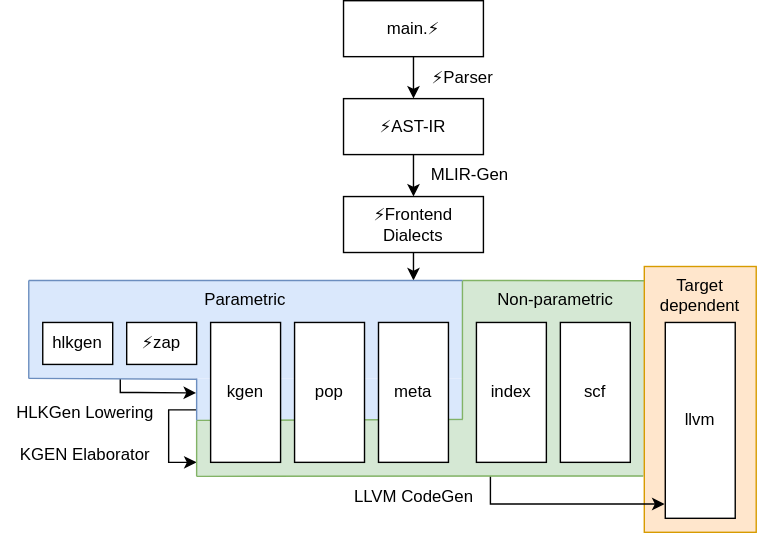
Above: KGEN/docs/img/dialects.svg in modular/modular (draw.io), before the change. Source tidied: cells renumbered, new cells last; positions are measured from the earlier drawing's top-left corner, leaving out a move shared by most shapes. Its diagram source:
```xml
<mxGraphModel>
  <root>
    <mxCell id="0" />
    <mxCell id="1" parent="0" />
    <mxCell id="2" style="rounded=0;whiteSpace=wrap;html=1;fillColor=#d5e8d4;strokeColor=none;horizontal=1;verticalAlign=top;align=left;" parent="1" vertex="1">
      <mxGeometry x="140" y="300" width="390" height="40" as="geometry" />
    </mxCell>
    <mxCell id="3" style="edgeStyle=orthogonalEdgeStyle;rounded=0;jettySize=auto;html=1;exitX=0;exitY=0.75;exitDx=0;exitDy=0;entryX=0;entryY=0.75;entryDx=0;entryDy=0;" parent="1" edge="1" source="4" target="2">
      <mxGeometry relative="1" as="geometry">
        <Array as="points">
          <mxPoint x="120" y="293" />
          <mxPoint x="120" y="330" />
        </Array>
      </mxGeometry>
    </mxCell>
    <mxCell id="4" style="rounded=0;whiteSpace=wrap;html=1;fillColor=#dae8fc;strokeColor=none;horizontal=1;verticalAlign=top;" parent="1" vertex="1">
      <mxGeometry x="140" y="270" width="190" height="30" as="geometry" />
    </mxCell>
    <mxCell id="5" value="&amp;nbsp; &amp;nbsp; &amp;nbsp; &amp;nbsp;Non-parametric" style="rounded=0;whiteSpace=wrap;html=1;fillColor=#d5e8d4;strokeColor=none;horizontal=1;verticalAlign=top;align=left;" parent="1" vertex="1">
      <mxGeometry x="330" y="200" width="200" height="140" as="geometry" />
    </mxCell>
    <mxCell id="6" style="edgeStyle=orthogonalEdgeStyle;rounded=0;jettySize=auto;html=1;exitX=0.211;exitY=1.007;exitDx=0;exitDy=0;entryX=-0.002;entryY=0.346;entryDx=0;entryDy=0;entryPerimeter=0;exitPerimeter=0;" parent="1" edge="1" source="7" target="4">
      <mxGeometry relative="1" as="geometry">
        <Array as="points">
          <mxPoint x="85" y="280" />
          <mxPoint x="98" y="280" />
        </Array>
      </mxGeometry>
    </mxCell>
    <mxCell id="7" value="Parametric" style="rounded=0;whiteSpace=wrap;html=1;fillColor=#dae8fc;strokeColor=none;horizontal=1;verticalAlign=top;" parent="1" vertex="1">
      <mxGeometry x="20" y="200" width="310" height="70" as="geometry" />
    </mxCell>
    <mxCell id="8" value="main.⚡️" style="rounded=0;whiteSpace=wrap;html=1;" parent="1" vertex="1">
      <mxGeometry x="245" width="100" height="40" as="geometry" />
    </mxCell>
    <mxCell id="9" value="⚡️AST-IR" style="rounded=0;whiteSpace=wrap;html=1;" parent="1" vertex="1">
      <mxGeometry x="245" y="70" width="100" height="40" as="geometry" />
    </mxCell>
    <mxCell id="10" value="⚡️Frontend Dialects" style="rounded=0;whiteSpace=wrap;html=1;" parent="1" vertex="1">
      <mxGeometry x="245" y="140" width="100" height="40" as="geometry" />
    </mxCell>
    <mxCell id="11" style="endArrow=classic;html=1;rounded=0;exitX=0.5;exitY=1;exitDx=0;exitDy=0;entryX=0.5;entryY=0;entryDx=0;entryDy=0;" parent="1" edge="1" source="8" target="9">
      <mxGeometry relative="1" as="geometry" />
    </mxCell>
    <mxCell id="12" style="endArrow=classic;html=1;rounded=0;exitX=0.5;exitY=1;exitDx=0;exitDy=0;entryX=0.5;entryY=0;entryDx=0;entryDy=0;" parent="1" edge="1" source="9" target="10">
      <mxGeometry relative="1" as="geometry" />
    </mxCell>
    <mxCell id="13" value="⚡️zap" style="rounded=0;whiteSpace=wrap;html=1;" parent="1" vertex="1">
      <mxGeometry x="90" y="230" width="50" height="30" as="geometry" />
    </mxCell>
    <mxCell id="14" value="⚡️Parser" style="text;html=1;align=center;verticalAlign=middle;fillColor=none;strokeColor=none;rounded=0;" parent="1" vertex="1">
      <mxGeometry x="295" y="40" width="70" height="30" as="geometry" />
    </mxCell>
    <mxCell id="15" value="MLIR-Gen" style="text;html=1;align=center;verticalAlign=middle;fillColor=none;strokeColor=none;rounded=0;" parent="1" vertex="1">
      <mxGeometry x="295" y="110" width="80" height="30" as="geometry" />
    </mxCell>
    <mxCell id="16" value="scf" style="rounded=0;whiteSpace=wrap;html=1;" parent="1" vertex="1">
      <mxGeometry x="400" y="230" width="50" height="100" as="geometry" />
    </mxCell>
    <mxCell id="17" value="index" style="rounded=0;whiteSpace=wrap;html=1;" parent="1" vertex="1">
      <mxGeometry x="340" y="230" width="50" height="100" as="geometry" />
    </mxCell>
    <mxCell id="18" value="hlkgen" style="rounded=0;whiteSpace=wrap;html=1;" parent="1" vertex="1">
      <mxGeometry x="30" y="230" width="50" height="30" as="geometry" />
    </mxCell>
    <mxCell id="19" value="Target dependent" style="rounded=0;whiteSpace=wrap;html=1;fillColor=#ffe6cc;strokeColor=#d79b00;horizontal=1;verticalAlign=top;" parent="1" vertex="1">
      <mxGeometry x="460" y="190" width="80" height="190" as="geometry" />
    </mxCell>
    <mxCell id="20" value="llvm" style="rounded=0;whiteSpace=wrap;html=1;" parent="1" vertex="1">
      <mxGeometry x="475" y="230" width="50" height="140" as="geometry" />
    </mxCell>
    <mxCell id="21" style="endArrow=classic;html=1;rounded=0;exitX=0.5;exitY=1;exitDx=0;exitDy=0;" parent="1" edge="1" source="10">
      <mxGeometry relative="1" as="geometry">
        <mxPoint x="295" y="200" as="targetPoint" />
      </mxGeometry>
    </mxCell>
    <mxCell id="22" value="HLKGen Lowering" style="text;html=1;align=center;verticalAlign=middle;strokeColor=none;fillColor=none;" parent="1" vertex="1">
      <mxGeometry y="280" width="120" height="30" as="geometry" />
    </mxCell>
    <mxCell id="23" value="KGEN Elaborator" style="text;html=1;align=center;verticalAlign=middle;strokeColor=none;fillColor=none;" parent="1" vertex="1">
      <mxGeometry y="310" width="120" height="30" as="geometry" />
    </mxCell>
    <mxCell id="24" style="edgeStyle=orthogonalEdgeStyle;rounded=0;jettySize=auto;html=1;entryX=-0.01;entryY=0.927;entryDx=0;entryDy=0;entryPerimeter=0;" parent="1" edge="1" source="2" target="20">
      <mxGeometry relative="1" as="geometry">
        <Array as="points">
          <mxPoint x="350" y="360" />
        </Array>
      </mxGeometry>
    </mxCell>
    <mxCell id="25" value="LLVM CodeGen" style="text;html=1;align=center;verticalAlign=middle;strokeColor=none;fillColor=none;" parent="1" vertex="1">
      <mxGeometry x="240" y="340" width="110" height="30" as="geometry" />
    </mxCell>
    <mxCell id="26" style="endArrow=none;html=1;rounded=0;fillColor=#d5e8d4;strokeColor=#82b366;entryX=0;entryY=1;entryDx=0;entryDy=0;exitX=0;exitY=1;exitDx=0;exitDy=0;" parent="1" edge="1" source="2" target="4">
      <mxGeometry relative="1" as="geometry" />
    </mxCell>
    <mxCell id="27" style="endArrow=none;html=1;rounded=0;fillColor=#d5e8d4;strokeColor=#82b366;entryX=0.646;entryY=0.998;entryDx=0;entryDy=0;entryPerimeter=0;" parent="1" edge="1" target="5">
      <mxGeometry relative="1" as="geometry">
        <mxPoint x="140" y="340" as="sourcePoint" />
      </mxGeometry>
    </mxCell>
    <mxCell id="28" style="endArrow=none;html=1;rounded=0;fillColor=#d5e8d4;strokeColor=#82b366;entryX=0.488;entryY=-0.015;entryDx=0;entryDy=0;exitX=0;exitY=0;exitDx=0;exitDy=0;entryPerimeter=0;" parent="1" edge="1" source="2" target="2">
      <mxGeometry relative="1" as="geometry" />
    </mxCell>
    <mxCell id="29" style="endArrow=none;html=1;rounded=0;fillColor=#d5e8d4;strokeColor=#82b366;entryX=0.649;entryY=0.001;entryDx=0;entryDy=0;exitX=0;exitY=0;exitDx=0;exitDy=0;entryPerimeter=0;" parent="1" edge="1" source="5" target="5">
      <mxGeometry relative="1" as="geometry" />
    </mxCell>
    <mxCell id="30" value="pop" style="rounded=0;whiteSpace=wrap;html=1;" parent="1" vertex="1">
      <mxGeometry x="210" y="230" width="50" height="100" as="geometry" />
    </mxCell>
    <mxCell id="31" value="kgen" style="rounded=0;whiteSpace=wrap;html=1;" parent="1" vertex="1">
      <mxGeometry x="150" y="230" width="50" height="100" as="geometry" />
    </mxCell>
    <mxCell id="32" value="meta" style="rounded=0;whiteSpace=wrap;html=1;" parent="1" vertex="1">
      <mxGeometry x="270" y="230" width="50" height="100" as="geometry" />
    </mxCell>
    <mxCell id="33" style="endArrow=none;html=1;rounded=0;fillColor=#d5e8d4;strokeColor=#82b366;exitX=0;exitY=0.708;exitDx=0;exitDy=0;exitPerimeter=0;" parent="1" edge="1" source="5">
      <mxGeometry relative="1" as="geometry">
        <mxPoint x="330" y="200" as="targetPoint" />
      </mxGeometry>
    </mxCell>
    <mxCell id="34" style="endArrow=none;html=1;rounded=0;fillColor=#dae8fc;strokeColor=#6c8ebf;exitX=0;exitY=0;exitDx=0;exitDy=0;entryX=1;entryY=0;entryDx=0;entryDy=0;" parent="1" edge="1" source="7" target="7">
      <mxGeometry relative="1" as="geometry" />
    </mxCell>
    <mxCell id="35" style="endArrow=none;html=1;rounded=0;fillColor=#dae8fc;strokeColor=#6c8ebf;exitX=0;exitY=0;exitDx=0;exitDy=0;" parent="1" edge="1" source="7">
      <mxGeometry relative="1" as="geometry">
        <mxPoint x="20" y="270" as="targetPoint" />
      </mxGeometry>
    </mxCell>
    <mxCell id="36" style="endArrow=none;html=1;rounded=0;fillColor=#dae8fc;strokeColor=#6c8ebf;entryX=0.386;entryY=1.009;entryDx=0;entryDy=0;entryPerimeter=0;" parent="1" edge="1" target="7">
      <mxGeometry relative="1" as="geometry">
        <mxPoint x="20" y="270" as="sourcePoint" />
      </mxGeometry>
    </mxCell>
    <mxCell id="37" style="endArrow=none;html=1;rounded=0;fillColor=#dae8fc;strokeColor=#6c8ebf;exitX=0;exitY=0;exitDx=0;exitDy=0;" parent="1" edge="1" source="4">
      <mxGeometry relative="1" as="geometry">
        <mxPoint x="140" y="300" as="targetPoint" />
      </mxGeometry>
    </mxCell>
  </root>
</mxGraphModel>
```
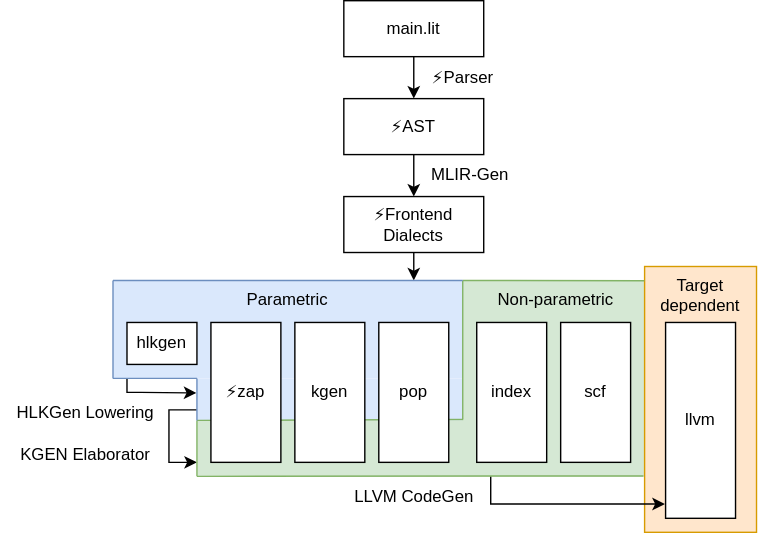
The same file after the commit.

Commit message:
[KGEN] Update the dialect diagram (#3354)

Meta was removed.

Fixes [Internal link]

MODULAR_ORIG_COMMIT_REV_ID: 3ffacfac9c25985b55e984248f520e4e22b2a657

The edit, as a diff of the source:
```diff
@@ -19,21 +19,22 @@
     <mxCell id="5" value="&amp;nbsp; &amp;nbsp; &amp;nbsp; &amp;nbsp;Non-parametric" style="rounded=0;whiteSpace=wrap;html=1;fillColor=#d5e8d4;strokeColor=none;horizontal=1;verticalAlign=top;align=left;" parent="1" vertex="1">
       <mxGeometry x="330" y="200" width="200" height="140" as="geometry" />
     </mxCell>
-    <mxCell id="6" style="edgeStyle=orthogonalEdgeStyle;rounded=0;jettySize=auto;html=1;exitX=0.211;exitY=1.007;exitDx=0;exitDy=0;entryX=-0.002;entryY=0.346;entryDx=0;entryDy=0;entryPerimeter=0;exitPerimeter=0;" parent="1" edge="1" source="7" target="4">
+    <mxCell id="6" style="edgeStyle=orthogonalEdgeStyle;rounded=0;jettySize=auto;html=1;entryX=-0.002;entryY=0.346;entryDx=0;entryDy=0;entryPerimeter=0;" parent="1" edge="1" target="4">
       <mxGeometry relative="1" as="geometry">
+        <mxPoint x="90" y="270" as="sourcePoint" />
         <Array as="points">
+          <mxPoint x="100" y="280" />
           <mxPoint x="85" y="280" />
-          <mxPoint x="98" y="280" />
         </Array>
       </mxGeometry>
     </mxCell>
     <mxCell id="7" value="Parametric" style="rounded=0;whiteSpace=wrap;html=1;fillColor=#dae8fc;strokeColor=none;horizontal=1;verticalAlign=top;" parent="1" vertex="1">
-      <mxGeometry x="20" y="200" width="310" height="70" as="geometry" />
+      <mxGeometry x="80" y="200" width="250" height="70" as="geometry" />
     </mxCell>
-    <mxCell id="8" value="main.⚡️" style="rounded=0;whiteSpace=wrap;html=1;" parent="1" vertex="1">
+    <mxCell id="8" value="main.lit" style="rounded=0;whiteSpace=wrap;html=1;" parent="1" vertex="1">
       <mxGeometry x="245" width="100" height="40" as="geometry" />
     </mxCell>
-    <mxCell id="9" value="⚡️AST-IR" style="rounded=0;whiteSpace=wrap;html=1;" parent="1" vertex="1">
+    <mxCell id="9" value="⚡️AST" style="rounded=0;whiteSpace=wrap;html=1;" parent="1" vertex="1">
       <mxGeometry x="245" y="70" width="100" height="40" as="geometry" />
     </mxCell>
     <mxCell id="10" value="⚡️Frontend Dialects" style="rounded=0;whiteSpace=wrap;html=1;" parent="1" vertex="1">
@@ -45,9 +46,6 @@
     <mxCell id="12" style="endArrow=classic;html=1;rounded=0;exitX=0.5;exitY=1;exitDx=0;exitDy=0;entryX=0.5;entryY=0;entryDx=0;entryDy=0;" parent="1" edge="1" source="9" target="10">
       <mxGeometry relative="1" as="geometry" />
     </mxCell>
-    <mxCell id="13" value="⚡️zap" style="rounded=0;whiteSpace=wrap;html=1;" parent="1" vertex="1">
-      <mxGeometry x="90" y="230" width="50" height="30" as="geometry" />
-    </mxCell>
     <mxCell id="14" value="⚡️Parser" style="text;html=1;align=center;verticalAlign=middle;fillColor=none;strokeColor=none;rounded=0;" parent="1" vertex="1">
       <mxGeometry x="295" y="40" width="70" height="30" as="geometry" />
     </mxCell>
@@ -61,7 +59,7 @@
       <mxGeometry x="340" y="230" width="50" height="100" as="geometry" />
     </mxCell>
     <mxCell id="18" value="hlkgen" style="rounded=0;whiteSpace=wrap;html=1;" parent="1" vertex="1">
-      <mxGeometry x="30" y="230" width="50" height="30" as="geometry" />
+      <mxGeometry x="90" y="230" width="50" height="30" as="geometry" />
     </mxCell>
     <mxCell id="19" value="Target dependent" style="rounded=0;whiteSpace=wrap;html=1;fillColor=#ffe6cc;strokeColor=#d79b00;horizontal=1;verticalAlign=top;" parent="1" vertex="1">
       <mxGeometry x="460" y="190" width="80" height="190" as="geometry" />
@@ -105,14 +103,11 @@
       <mxGeometry relative="1" as="geometry" />
     </mxCell>
     <mxCell id="30" value="pop" style="rounded=0;whiteSpace=wrap;html=1;" parent="1" vertex="1">
-      <mxGeometry x="210" y="230" width="50" height="100" as="geometry" />
+      <mxGeometry x="270" y="230" width="50" height="100" as="geometry" />
     </mxCell>
     <mxCell id="31" value="kgen" style="rounded=0;whiteSpace=wrap;html=1;" parent="1" vertex="1">
-      <mxGeometry x="150" y="230" width="50" height="100" as="geometry" />
+      <mxGeometry x="210" y="230" width="50" height="100" as="geometry" />
     </mxCell>
-    <mxCell id="32" value="meta" style="rounded=0;whiteSpace=wrap;html=1;" parent="1" vertex="1">
-      <mxGeometry x="270" y="230" width="50" height="100" as="geometry" />
-    </mxCell>
     <mxCell id="33" style="endArrow=none;html=1;rounded=0;fillColor=#d5e8d4;strokeColor=#82b366;exitX=0;exitY=0.708;exitDx=0;exitDy=0;exitPerimeter=0;" parent="1" edge="1" source="5">
       <mxGeometry relative="1" as="geometry">
         <mxPoint x="330" y="200" as="targetPoint" />
@@ -123,12 +118,12 @@
     </mxCell>
     <mxCell id="35" style="endArrow=none;html=1;rounded=0;fillColor=#dae8fc;strokeColor=#6c8ebf;exitX=0;exitY=0;exitDx=0;exitDy=0;" parent="1" edge="1" source="7">
       <mxGeometry relative="1" as="geometry">
-        <mxPoint x="20" y="270" as="targetPoint" />
+        <mxPoint x="80" y="270" as="targetPoint" />
       </mxGeometry>
     </mxCell>
-    <mxCell id="36" style="endArrow=none;html=1;rounded=0;fillColor=#dae8fc;strokeColor=#6c8ebf;entryX=0.386;entryY=1.009;entryDx=0;entryDy=0;entryPerimeter=0;" parent="1" edge="1" target="7">
+    <mxCell id="36" style="endArrow=none;html=1;rounded=0;fillColor=#dae8fc;strokeColor=#6c8ebf;exitX=0;exitY=1;exitDx=0;exitDy=0;" parent="1" edge="1" source="7">
       <mxGeometry relative="1" as="geometry">
-        <mxPoint x="20" y="270" as="sourcePoint" />
+        <mxPoint x="140" y="270" as="targetPoint" />
       </mxGeometry>
     </mxCell>
     <mxCell id="37" style="endArrow=none;html=1;rounded=0;fillColor=#dae8fc;strokeColor=#6c8ebf;exitX=0;exitY=0;exitDx=0;exitDy=0;" parent="1" edge="1" source="4">
@@ -136,5 +131,8 @@
         <mxPoint x="140" y="300" as="targetPoint" />
       </mxGeometry>
     </mxCell>
+    <mxCell id="13" value="⚡️zap" style="rounded=0;whiteSpace=wrap;html=1;" parent="1" vertex="1">
+      <mxGeometry x="150" y="230" width="50" height="100" as="geometry" />
+    </mxCell>
   </root>
 </mxGraphModel>
```
